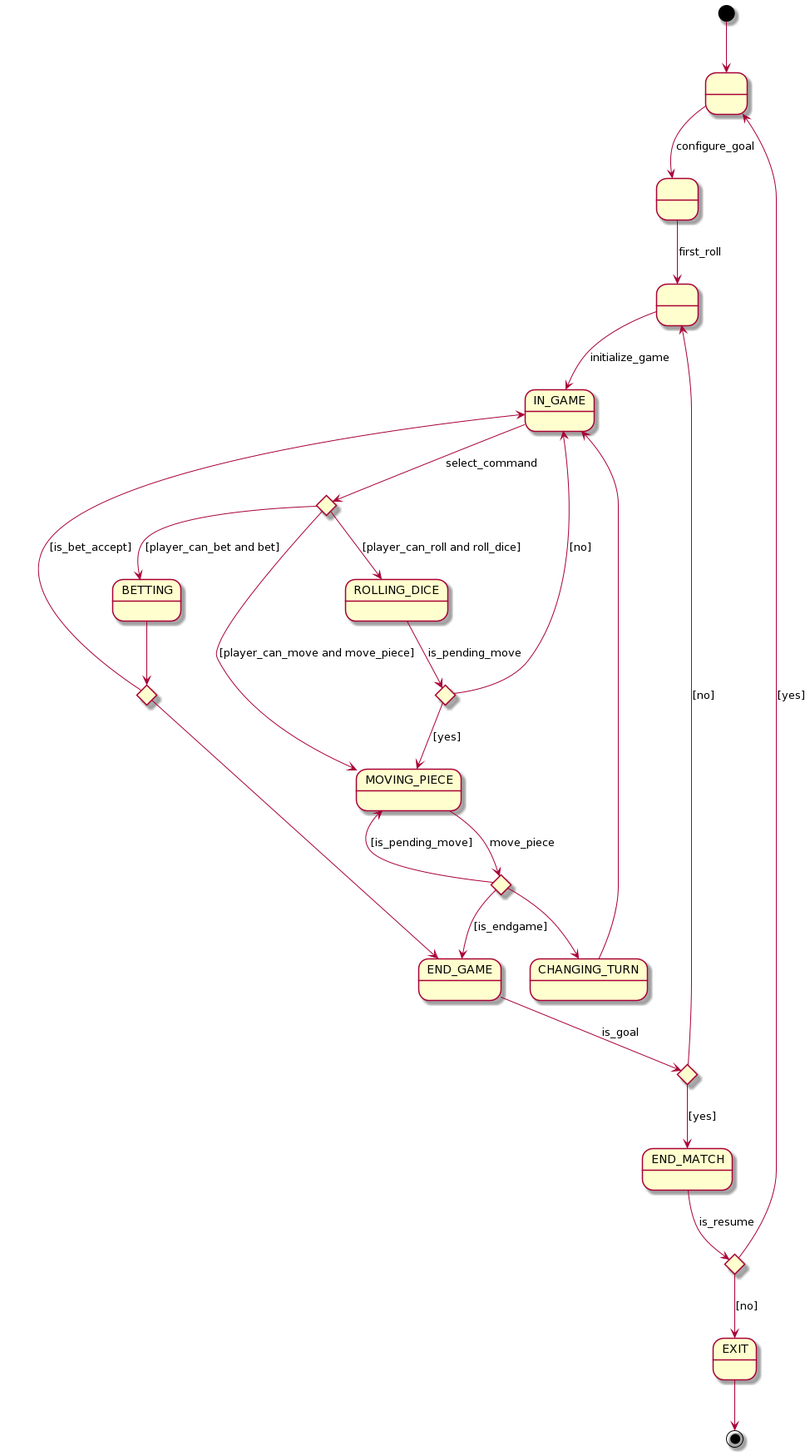
Above: docs/context/context.png in USantaTecla-game-backgammon/backgammon (PlantUML), before the change.
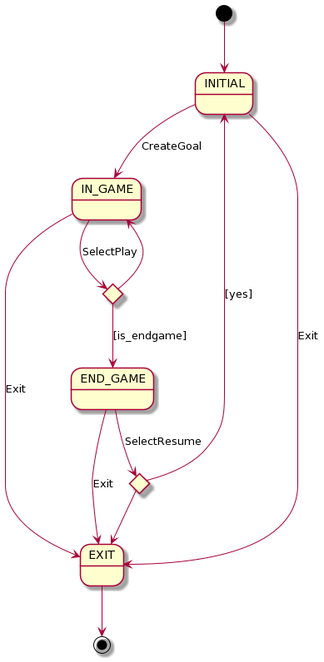
The same diagram one commit later.

Change to the diagram source:
```diff
@@ -1,55 +1,28 @@
 @startuml
-state INITIAL as " "
-state CONFIG as " "
-state FIRST_PLAYER as " "
+state INITIAL
 state IN_GAME
-state ROLLING_DICE
-state CHANGING_TURN
 state END_GAME
-state END_MATCH
 state EXIT
 
-state is_bet_accept <<choice>>
-state is_pending_move <<choice>>
-state is_moved <<choice>>
-state is_goal <<choice>>
+state is_endgame <<choice>>
 state is_resume <<choice>>
-state select_command <<choice>>
 
 
 [*] --> INITIAL
-INITIAL --> CONFIG: configure_goal
-CONFIG --> FIRST_PLAYER: first_roll
-FIRST_PLAYER --> IN_GAME: initialize_game
+INITIAL --> IN_GAME: CreateGoal
+INITIAL --> EXIT: Exit
 
-IN_GAME --> select_command: select_command
+IN_GAME --> is_endgame: SelectPlay
+IN_GAME --> EXIT: Exit
+is_endgame --> IN_GAME
+is_endgame --> END_GAME: [is_endgame]
 
-select_command --> BETTING: [player_can_bet and bet]
-select_command --> ROLLING_DICE: [player_can_roll and roll_dice]
-select_command --> MOVING_PIECE: [player_can_move and move_piece]
 
-BETTING --> is_bet_accept
-is_bet_accept --> IN_GAME: [is_bet_accept]
-is_bet_accept --> END_GAME
+END_GAME --> is_resume: SelectResume
+END_GAME --> EXIT: Exit
 
-ROLLING_DICE --> is_pending_move: is_pending_move
-is_pending_move --> MOVING_PIECE: [yes]
-is_pending_move --> IN_GAME: [no]
-
-MOVING_PIECE --> is_moved: move_piece
-is_moved --> END_GAME: [is_endgame]
-is_moved --> MOVING_PIECE: [is_pending_move]
-is_moved --> CHANGING_TURN
-
-CHANGING_TURN --> IN_GAME
-
-END_GAME --> is_goal: is_goal
-is_goal --> FIRST_PLAYER: [no]
-is_goal --> END_MATCH: [yes]
-
-END_MATCH --> is_resume: is_resume
 is_resume --> INITIAL: [yes]
-is_resume --> EXIT: [no]
+is_resume --> EXIT
 
 EXIT --> [*]
 @enduml
```
